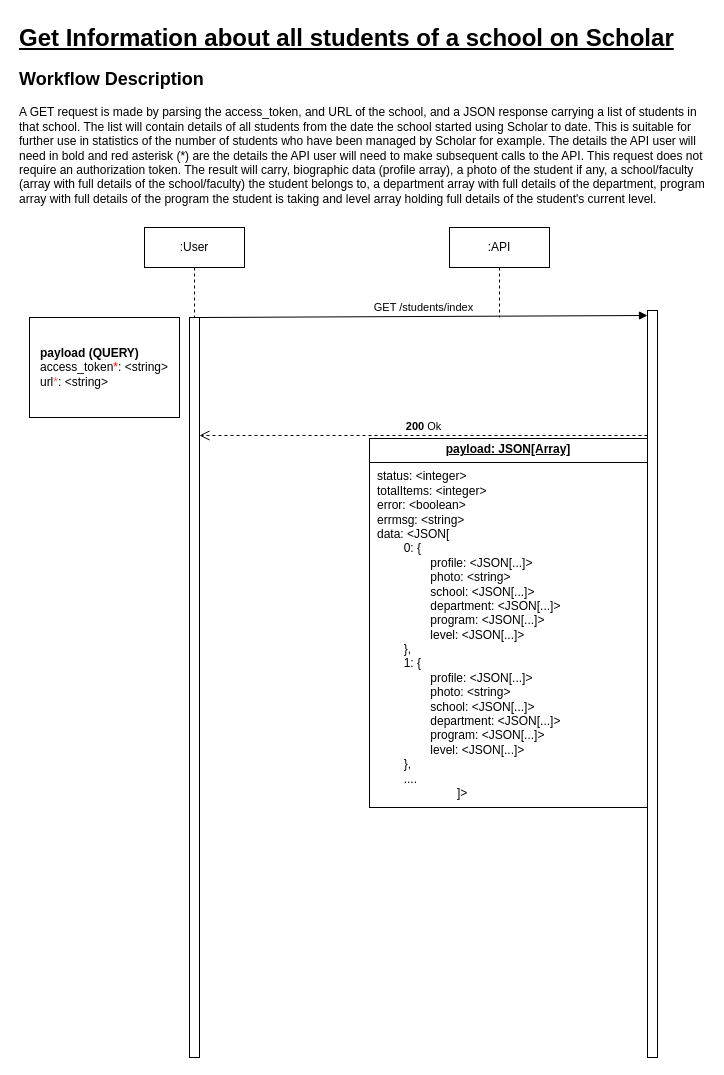
This is page "Read All Students Workflow" (5 of 11) of scholar-api-flows1.drawio from olougepa/scholar-api, a draw.io file, before an edit. Source tidied: cells renumbered, new cells numbered last; positions are measured from the earlier drawing's top-left corner, leaving out a move shared by most shapes. Both pictures are drawn from the tidied source at 100%, with x=0, y=0 at pixel (17, 17).
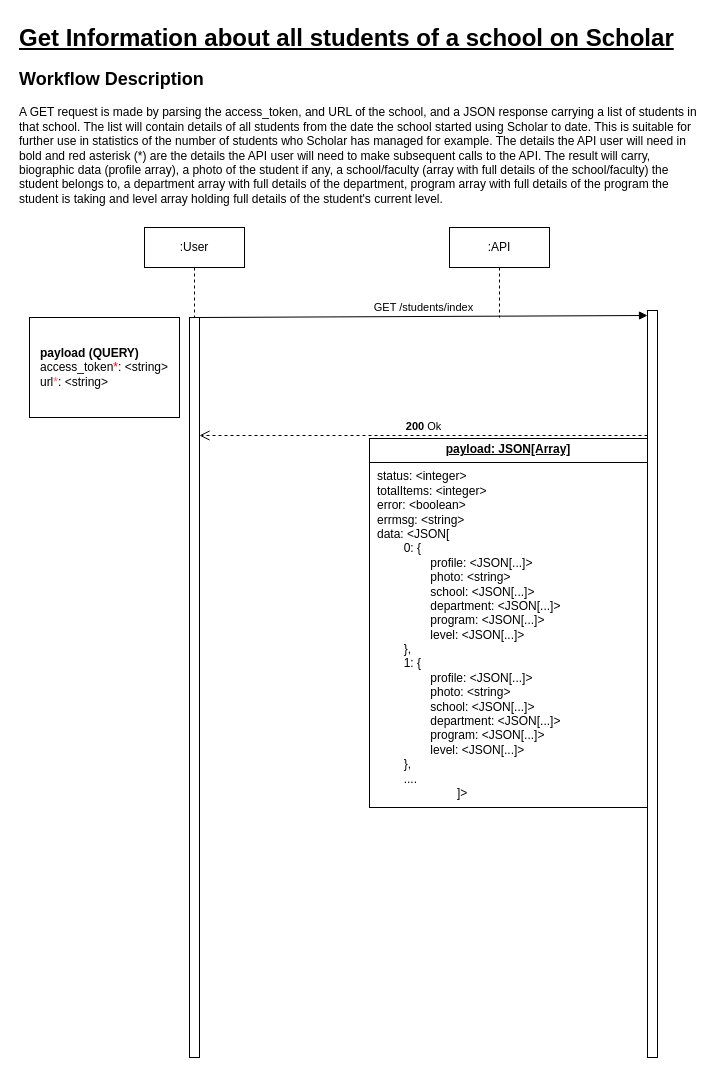
Above is the later version.

Change to the diagram source:
```diff
@@
 <mxGraphModel>
   <root>
     <mxCell id="0" />
     <mxCell id="1" parent="0" />
     <mxCell id="2" style="html=1;points=[[0,0,0,0,5],[0,1,0,0,-5],[1,0,0,0,5],[1,1,0,0,-5]];perimeter=orthogonalPerimeter;outlineConnect=0;targetShapes=umlLifeline;portConstraint=eastwest;newEdgeStyle={&quot;curved&quot;:0,&quot;rounded&quot;:0};" parent="1" vertex="1">
       <mxGeometry x="630" y="293" width="10" height="747" as="geometry" />
     </mxCell>
     <mxCell id="3" value="GET /students/index" style="html=1;verticalAlign=bottom;endArrow=block;curved=0;rounded=0;entryX=0;entryY=0;entryDx=0;entryDy=5;" parent="1" edge="1" source="5" target="2">
       <mxGeometry relative="1" as="geometry" />
     </mxCell>
     <mxCell id="4" value="&lt;b&gt;200&lt;/b&gt; Ok" style="html=1;verticalAlign=bottom;endArrow=open;dashed=1;endSize=8;curved=0;rounded=0;" parent="1" edge="1" source="2">
       <mxGeometry relative="1" as="geometry">
         <mxPoint x="182" y="418" as="targetPoint" />
       </mxGeometry>
     </mxCell>
     <mxCell id="5" style="html=1;points=[[0,0,0,0,5],[0,1,0,0,-5],[1,0,0,0,5],[1,1,0,0,-5]];perimeter=orthogonalPerimeter;outlineConnect=0;targetShapes=umlLifeline;portConstraint=eastwest;newEdgeStyle={&quot;curved&quot;:0,&quot;rounded&quot;:0};" parent="1" vertex="1">
       <mxGeometry x="172" y="300" width="10" height="740" as="geometry" />
     </mxCell>
     <mxCell id="6" value="&lt;p style=&quot;margin:0px;margin-top:4px;text-align:center;text-decoration:underline;&quot;&gt;&lt;b&gt;payload: JSON[Array]&lt;/b&gt;&lt;/p&gt;&lt;hr size=&quot;1&quot; style=&quot;border-style:solid;&quot;&gt;&lt;p style=&quot;margin:0px;margin-left:8px;&quot;&gt;status: &amp;lt;integer&amp;gt;&lt;/p&gt;&lt;p style=&quot;margin:0px;margin-left:8px;&quot;&gt;totalItems: &amp;lt;integer&amp;gt;&lt;/p&gt;&lt;p style=&quot;margin:0px;margin-left:8px;&quot;&gt;error: &amp;lt;boolean&amp;gt;&lt;/p&gt;&lt;p style=&quot;margin:0px;margin-left:8px;&quot;&gt;errmsg: &amp;lt;string&amp;gt;&lt;/p&gt;&lt;p style=&quot;margin:0px;margin-left:8px;&quot;&gt;data: &amp;lt;JSON[&lt;/p&gt;&lt;p style=&quot;margin:0px;margin-left:8px;&quot;&gt;&lt;span style=&quot;white-space: pre;&quot;&gt;&#9;&lt;/span&gt;0: {&lt;br&gt;&lt;/p&gt;&lt;p style=&quot;margin:0px;margin-left:8px;&quot;&gt;&lt;span style=&quot;white-space: pre;&quot;&gt;&#9;&lt;/span&gt;&lt;span style=&quot;white-space: pre;&quot;&gt;&#9;&lt;/span&gt;profile: &amp;lt;JSON[...]&amp;gt;&lt;br&gt;&lt;/p&gt;&lt;p style=&quot;margin:0px;margin-left:8px;&quot;&gt;&lt;span style=&quot;white-space: pre;&quot;&gt;&#9;&lt;/span&gt;&lt;span style=&quot;white-space: pre;&quot;&gt;&#9;&lt;/span&gt;photo: &amp;lt;string&amp;gt;&lt;br&gt;&lt;/p&gt;&lt;p style=&quot;margin:0px;margin-left:8px;&quot;&gt;&lt;span style=&quot;white-space: pre;&quot;&gt;&#9;&lt;/span&gt;&lt;span style=&quot;white-space: pre;&quot;&gt;&#9;&lt;/span&gt;school: &amp;lt;JSON[...]&amp;gt;&lt;br&gt;&lt;/p&gt;&lt;p style=&quot;margin:0px;margin-left:8px;&quot;&gt;&lt;span style=&quot;white-space: pre;&quot;&gt;&#9;&lt;/span&gt;&lt;span style=&quot;white-space: pre;&quot;&gt;&#9;&lt;/span&gt;department: &amp;lt;JSON[...]&amp;gt;&lt;br&gt;&lt;/p&gt;&lt;p style=&quot;margin:0px;margin-left:8px;&quot;&gt;&lt;span style=&quot;white-space: pre;&quot;&gt;&#9;&lt;/span&gt;&lt;span style=&quot;white-space: pre;&quot;&gt;&#9;&lt;/span&gt;program: &amp;lt;JSON[...]&amp;gt;&lt;br&gt;&lt;/p&gt;&lt;p style=&quot;margin:0px;margin-left:8px;&quot;&gt;&lt;span style=&quot;white-space: pre;&quot;&gt;&#9;&lt;/span&gt;&lt;span style=&quot;white-space: pre;&quot;&gt;&#9;&lt;/span&gt;level: &amp;lt;JSON[...]&amp;gt;&lt;br&gt;&lt;/p&gt;&lt;p style=&quot;margin:0px;margin-left:8px;&quot;&gt;&lt;span style=&quot;white-space: pre;&quot;&gt;&#9;&lt;/span&gt;},&lt;br&gt;&lt;/p&gt;&lt;p style=&quot;margin:0px;margin-left:8px;&quot;&gt;&lt;span style=&quot;white-space: pre;&quot;&gt;&lt;span style=&quot;white-space: pre;&quot;&gt;&#9;&lt;/span&gt;1: &lt;/span&gt;&lt;span style=&quot;background-color: initial;&quot;&gt;{&lt;/span&gt;&lt;/p&gt;&lt;p style=&quot;margin: 0px 0px 0px 8px;&quot;&gt;&lt;span style=&quot;white-space: pre;&quot;&gt;&#9;&lt;/span&gt;&lt;span style=&quot;white-space: pre;&quot;&gt;&#9;&lt;/span&gt;profile: &amp;lt;JSON[...]&amp;gt;&lt;br&gt;&lt;/p&gt;&lt;p style=&quot;margin: 0px 0px 0px 8px;&quot;&gt;&lt;span style=&quot;white-space: pre;&quot;&gt;&#9;&lt;/span&gt;&lt;span style=&quot;white-space: pre;&quot;&gt;&#9;&lt;/span&gt;photo: &amp;lt;string&amp;gt;&lt;br&gt;&lt;/p&gt;&lt;p style=&quot;margin: 0px 0px 0px 8px;&quot;&gt;&lt;span style=&quot;white-space: pre;&quot;&gt;&#9;&lt;/span&gt;&lt;span style=&quot;white-space: pre;&quot;&gt;&#9;&lt;/span&gt;school: &amp;lt;JSON[...]&amp;gt;&lt;br&gt;&lt;/p&gt;&lt;p style=&quot;margin: 0px 0px 0px 8px;&quot;&gt;&lt;span style=&quot;white-space: pre;&quot;&gt;&#9;&lt;/span&gt;&lt;span style=&quot;white-space: pre;&quot;&gt;&#9;&lt;/span&gt;department: &amp;lt;JSON[...]&amp;gt;&lt;br&gt;&lt;/p&gt;&lt;p style=&quot;margin: 0px 0px 0px 8px;&quot;&gt;&lt;span style=&quot;white-space: pre;&quot;&gt;&#9;&lt;/span&gt;&lt;span style=&quot;white-space: pre;&quot;&gt;&#9;&lt;/span&gt;program: &amp;lt;JSON[...]&amp;gt;&lt;br&gt;&lt;/p&gt;&lt;p style=&quot;margin: 0px 0px 0px 8px;&quot;&gt;&lt;span style=&quot;white-space: pre;&quot;&gt;&#9;&lt;/span&gt;&lt;span style=&quot;white-space: pre;&quot;&gt;&#9;&lt;/span&gt;level: &amp;lt;JSON[...]&amp;gt;&lt;br&gt;&lt;/p&gt;&lt;p style=&quot;margin:0px;margin-left:8px;&quot;&gt;&lt;span style=&quot;background-color: initial; white-space: pre;&quot;&gt;&#9;&lt;/span&gt;&lt;span style=&quot;background-color: initial;&quot;&gt;},&lt;/span&gt;&lt;/p&gt;&lt;p style=&quot;margin:0px;margin-left:8px;&quot;&gt;&lt;span style=&quot;white-space: pre;&quot;&gt;&lt;span style=&quot;white-space: pre;&quot;&gt;&#9;&lt;/span&gt;....&#9;&lt;/span&gt;&lt;br&gt;&lt;/p&gt;&lt;blockquote style=&quot;margin: 0 0 0 40px; border: none; padding: 0px;&quot;&gt;&lt;blockquote style=&quot;margin: 0 0 0 40px; border: none; padding: 0px;&quot;&gt;&lt;p style=&quot;margin: 0px 0px 0px 8px;&quot;&gt;&lt;span style=&quot;background-color: initial;&quot;&gt;]&amp;gt;&lt;/span&gt;&lt;/p&gt;&lt;/blockquote&gt;&lt;/blockquote&gt;" style="verticalAlign=top;align=left;overflow=fill;html=1;whiteSpace=wrap;" parent="1" vertex="1">
       <mxGeometry x="352" y="421" width="278" height="369" as="geometry" />
     </mxCell>
     <mxCell id="7" value=":User" style="shape=umlLifeline;perimeter=lifelinePerimeter;whiteSpace=wrap;html=1;newEdgeStyle={&quot;curved&quot;:0,&quot;rounded&quot;:0};" parent="1" vertex="1">
       <mxGeometry x="127" y="210" width="100" height="90" as="geometry" />
     </mxCell>
     <mxCell id="8" value=":API" style="shape=umlLifeline;perimeter=lifelinePerimeter;whiteSpace=wrap;html=1;newEdgeStyle={&quot;curved&quot;:0,&quot;rounded&quot;:0};" parent="1" vertex="1">
       <mxGeometry x="432" y="210" width="100" height="90" as="geometry" />
     </mxCell>
     <mxCell id="9" value="&lt;div style=&quot;text-align: left;&quot;&gt;&lt;b style=&quot;background-color: initial;&quot;&gt;payload (QUERY)&lt;/b&gt;&lt;/div&gt;&lt;div style=&quot;text-align: left;&quot;&gt;access_token&lt;font color=&quot;#ff0000&quot;&gt;*&lt;/font&gt;: &amp;lt;string&amp;gt;&lt;/div&gt;&lt;div style=&quot;text-align: left;&quot;&gt;url&lt;font color=&quot;#ff6666&quot;&gt;*&lt;/font&gt;: &amp;lt;string&amp;gt;&lt;/div&gt;" style="html=1;whiteSpace=wrap;" parent="1" vertex="1">
       <mxGeometry x="12" y="300" width="150" height="100" as="geometry" />
     </mxCell>
-    <mxCell id="10" value="&lt;h1 style=&quot;margin-top: 0px;&quot;&gt;&lt;u&gt;Get Information about all students of a school on Scholar&lt;/u&gt;&lt;/h1&gt;&lt;h2 style=&quot;margin-top: 0px;&quot;&gt;Workflow Description&lt;/h2&gt;&lt;p&gt;A GET request is made by parsing the access_token, and URL of the school, and a JSON response carrying a list of students in that school. The list will contain details of all students from the date the school started using Scholar to date. This is suitable for further use in statistics of the number of students who have been managed by Scholar for example. The details the API user will need in bold and red asterisk (*) are the details the API user will need to make subsequent calls to the API. This request does not require an authorization token. The result will carry, biographic data (profile array), a photo of the student if any, a school/faculty (array with full details of the school/faculty) the student belongs to, a department array with full details of the department, program array with full details of the program the student is taking and level array holding full details of the student's current level.&lt;/p&gt;" style="text;html=1;whiteSpace=wrap;overflow=hidden;rounded=0;" parent="1" vertex="1">
+    <mxCell id="10" value="&lt;h1 style=&quot;margin-top: 0px;&quot;&gt;&lt;u&gt;Get Information about all students of a school on Scholar&lt;/u&gt;&lt;/h1&gt;&lt;h2 style=&quot;margin-top: 0px;&quot;&gt;Workflow Description&lt;/h2&gt;&lt;p&gt;A GET request is made by parsing the access_token, and URL of the school, and a JSON response carrying a list of students in that school. The list will contain details of all students from the date the school started using Scholar to date. This is suitable for further use in statistics of the number of students who Scholar has managed for example. The details the API user will need in bold and red asterisk (*) are the details the API user will need to make subsequent calls to the API. The result will carry, biographic data (profile array), a photo of the student if any, a school/faculty (array with full details of the school/faculty) the student belongs to, a department array with full details of the department, program array with full details of the program the student is taking and level array holding full details of the student's current level.&lt;/p&gt;" style="text;html=1;whiteSpace=wrap;overflow=hidden;rounded=0;" parent="1" vertex="1">
       <mxGeometry width="690" height="190" as="geometry" />
     </mxCell>
   </root>
 </mxGraphModel>
```
